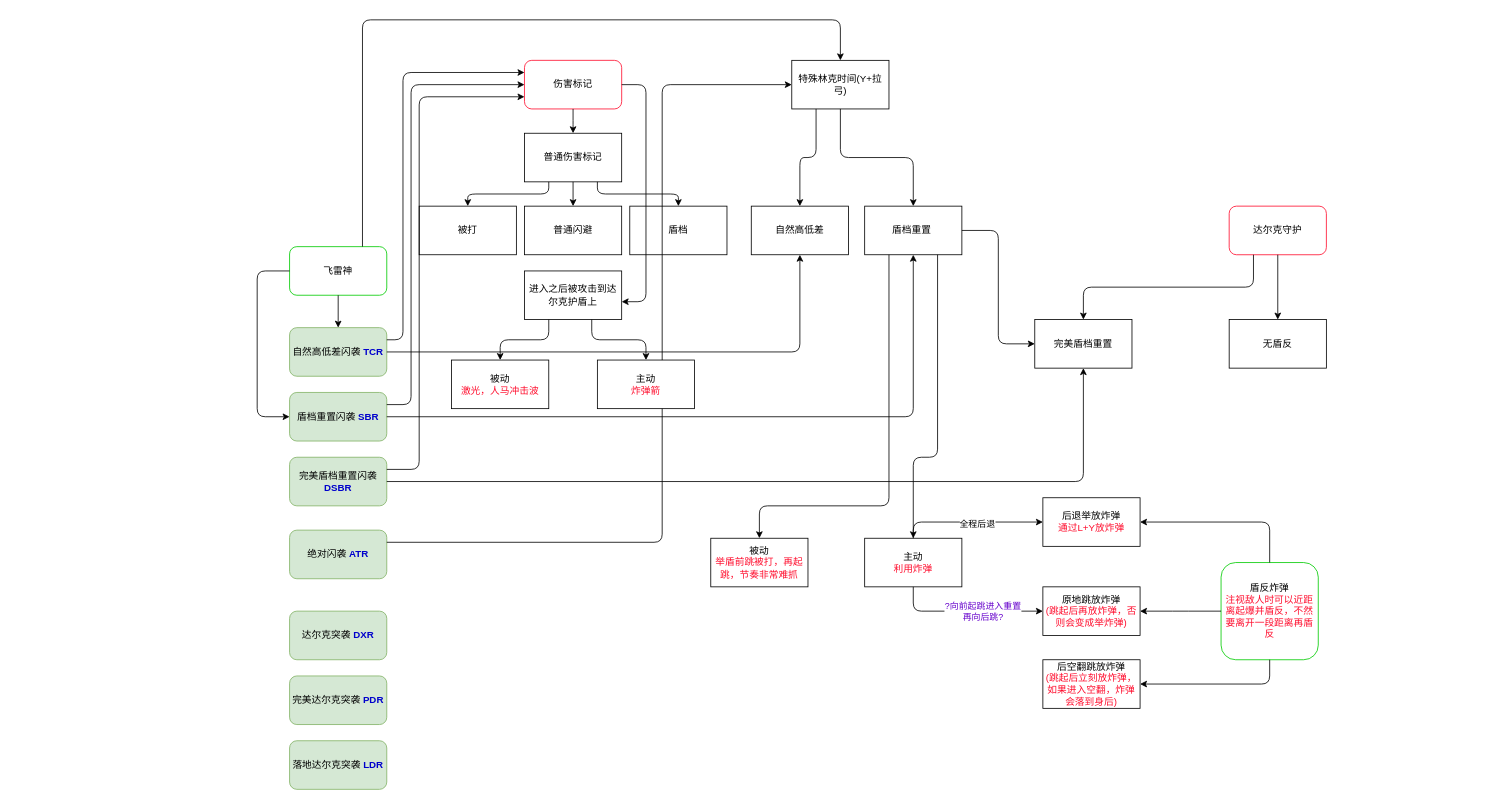
Before: zelda.drawio in XiaoLiuAI/diagrams, a draw.io diagram. Source tidied: cells renumbered, new cells numbered last; positions are measured from the earlier drawing's top-left corner, leaving out a move shared by most shapes. Both pictures are drawn from the tidied source at 81%, with x=0, y=0 at pixel (257, 19).
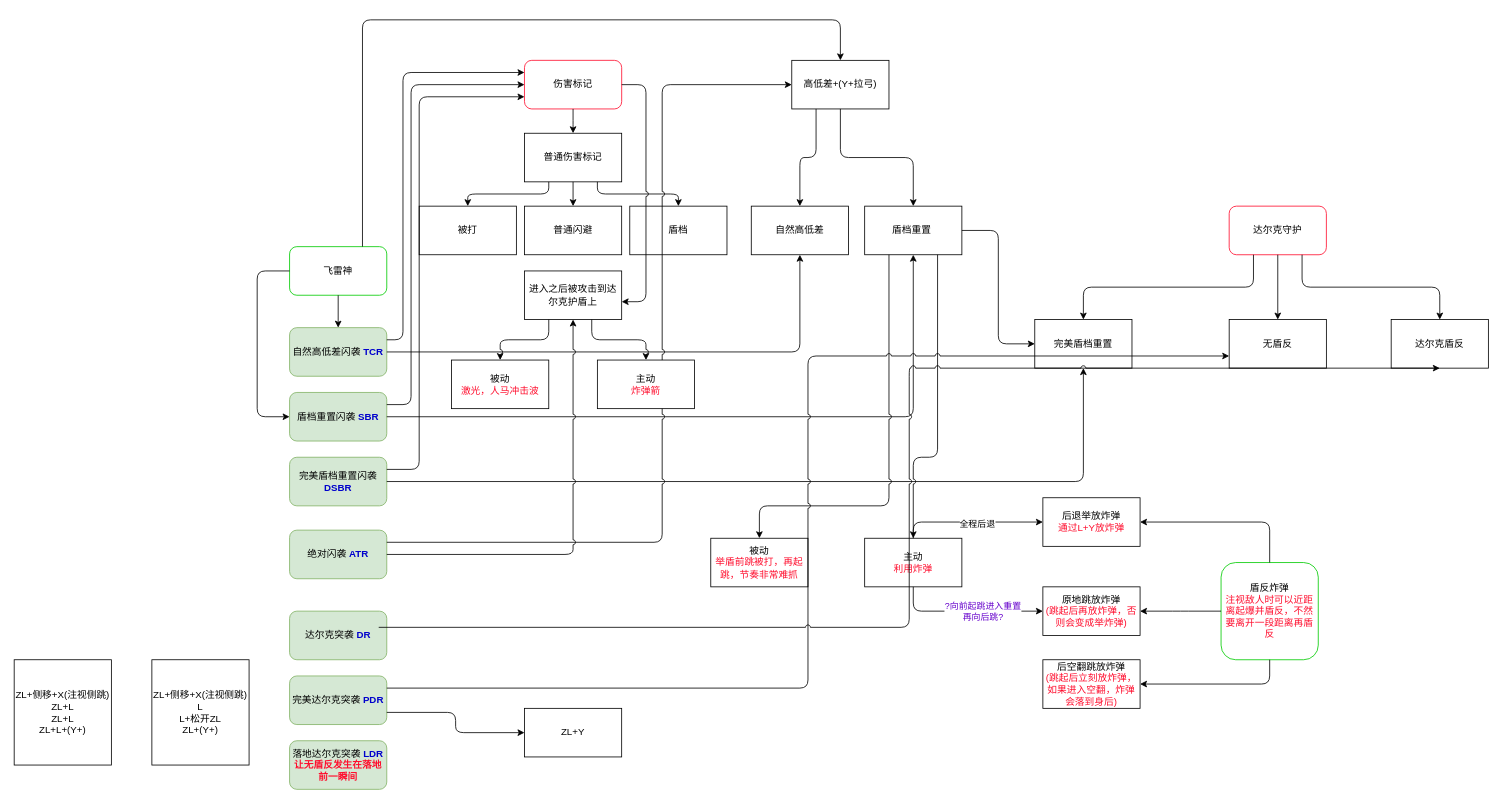
After the change.

The change refers to these unchanged cells:
```xml
<mxCell id="3" value="伤害标记" style="rounded=1;whiteSpace=wrap;html=1;strokeWidth=1;strokeColor=#FF0D2D;" parent="1" vertex="1">
  <mxGeometry x="330" y="50" width="120" height="60" as="geometry" />
</mxCell>
<mxCell id="15" value="盾档重置&amp;nbsp;" style="rounded=0;whiteSpace=wrap;html=1;" parent="1" vertex="1">
  <mxGeometry x="750" y="230" width="120" height="60" as="geometry" />
</mxCell>
<mxCell id="16" value="完美盾档重置" style="rounded=0;whiteSpace=wrap;html=1;" parent="1" vertex="1">
  <mxGeometry x="960" y="370" width="120" height="60" as="geometry" />
</mxCell>
<mxCell id="17" value="达尔克守护" style="rounded=1;whiteSpace=wrap;html=1;shadow=0;strokeWidth=1;strokeColor=#FF0D2D;" parent="1" vertex="1">
  <mxGeometry x="1200" y="230" width="120" height="60" as="geometry" />
</mxCell>
<mxCell id="19" value="被动&lt;br&gt;&lt;font color=&quot;#ff0d2d&quot;&gt;举盾前跳被打，再起跳，节奏非常难抓&lt;/font&gt;" style="rounded=0;whiteSpace=wrap;html=1;" parent="1" vertex="1">
  <mxGeometry x="560" y="640" width="120" height="60" as="geometry" />
</mxCell>
<mxCell id="20" value="主动&lt;br&gt;&lt;font color=&quot;#ff0d2d&quot;&gt;利用炸弹&lt;/font&gt;" style="rounded=0;whiteSpace=wrap;html=1;" parent="1" vertex="1">
  <mxGeometry x="750" y="640" width="120" height="60" as="geometry" />
</mxCell>
<mxCell id="32" value="无盾反" style="rounded=0;whiteSpace=wrap;html=1;" parent="1" vertex="1">
  <mxGeometry x="1200" y="370" width="120" height="60" as="geometry" />
</mxCell>
<mxCell id="34" value="绝对闪袭 &lt;b&gt;&lt;font color=&quot;#0000cc&quot;&gt;AT&lt;/font&gt;&lt;/b&gt;&lt;font color=&quot;#0000cc&quot;&gt;&lt;b&gt;R&lt;/b&gt;&lt;/font&gt;" style="rounded=1;whiteSpace=wrap;html=1;fillColor=#d5e8d4;strokeColor=#82b366;" parent="1" vertex="1">
  <mxGeometry x="40" y="630" width="120" height="60" as="geometry" />
</mxCell>
<mxCell id="37" value="完美盾档重置闪袭 &lt;br&gt;&lt;b&gt;&lt;font color=&quot;#0000cc&quot;&gt;D&lt;/font&gt;&lt;/b&gt;&lt;b&gt;&lt;font color=&quot;#0000cc&quot;&gt;SB&lt;/font&gt;&lt;/b&gt;&lt;font color=&quot;#0000cc&quot;&gt;&lt;b&gt;R&lt;/b&gt;&lt;/font&gt;" style="rounded=1;whiteSpace=wrap;html=1;fillColor=#d5e8d4;strokeColor=#82b366;" parent="1" vertex="1">
  <mxGeometry x="40" y="540" width="120" height="60" as="geometry" />
</mxCell>
<mxCell id="49" value="完美达尔克突袭 &lt;b&gt;&lt;font color=&quot;#0000cc&quot;&gt;PD&lt;/font&gt;&lt;/b&gt;&lt;font color=&quot;#0000cc&quot;&gt;&lt;b&gt;R&lt;/b&gt;&lt;/font&gt;" style="rounded=1;whiteSpace=wrap;html=1;fillColor=#d5e8d4;strokeColor=#82b366;" parent="1" vertex="1">
  <mxGeometry x="40" y="810" width="120" height="60" as="geometry" />
</mxCell>
<mxCell id="52" value="进入之后被攻击到达尔克护盾上" style="rounded=0;whiteSpace=wrap;html=1;" parent="1" vertex="1">
  <mxGeometry x="330" y="310" width="120" height="60" as="geometry" />
</mxCell>
<mxCell id="57" value="被动&lt;br&gt;&lt;font color=&quot;#ff0d2d&quot;&gt;激光，人马冲击波&lt;/font&gt;" style="rounded=0;whiteSpace=wrap;html=1;" parent="1" vertex="1">
  <mxGeometry x="240" y="420" width="120" height="60" as="geometry" />
</mxCell>
<mxCell id="58" value="主动&lt;br&gt;&lt;font color=&quot;#ff0d2d&quot;&gt;炸弹箭&lt;/font&gt;" style="rounded=0;whiteSpace=wrap;html=1;" parent="1" vertex="1">
  <mxGeometry x="420" y="420" width="120" height="60" as="geometry" />
</mxCell>
```

Change to the diagram source:
```diff
@@
-    <mxCell id="12" value="特殊林克时间(Y+拉弓)" style="rounded=0;whiteSpace=wrap;html=1;" parent="1" vertex="1">
+    <mxCell id="12" value="高低差+(Y+拉弓)" style="rounded=0;whiteSpace=wrap;html=1;" parent="1" vertex="1">
       <mxGeometry x="660" y="50" width="120" height="60" as="geometry" />
     </mxCell>
@@
-    <mxCell id="45" style="edgeStyle=elbowEdgeStyle;elbow=vertical;endArrow=classic;html=1;entryX=0.5;entryY=1;entryDx=0;entryDy=0;exitX=1;exitY=0.5;exitDx=0;exitDy=0;" parent="1" edge="1" source="37" target="16">
+    <mxCell id="45" style="edgeStyle=elbowEdgeStyle;elbow=vertical;endArrow=classic;html=1;entryX=0.5;entryY=1;entryDx=0;entryDy=0;exitX=1;exitY=0.5;exitDx=0;exitDy=0;jumpStyle=arc;" parent="1" edge="1" source="37" target="16">
       <mxGeometry relative="1" as="geometry">
         <Array as="points">
           <mxPoint x="590" y="570" />
         </Array>
       </mxGeometry>
     </mxCell>
-    <mxCell id="46" style="edgeStyle=elbowEdgeStyle;elbow=vertical;endArrow=classic;html=1;exitX=0.75;exitY=1;exitDx=0;exitDy=0;entryX=0.5;entryY=0;entryDx=0;entryDy=0;" parent="1" edge="1" source="15" target="20">
+    <mxCell id="46" style="edgeStyle=elbowEdgeStyle;elbow=vertical;endArrow=classic;html=1;exitX=0.75;exitY=1;exitDx=0;exitDy=0;entryX=0.5;entryY=0;entryDx=0;entryDy=0;jumpStyle=arc;" parent="1" edge="1" source="15" target="20">
       <mxGeometry relative="1" as="geometry">
         <Array as="points">
           <mxPoint x="830" y="540" />
         </Array>
       </mxGeometry>
     </mxCell>
-    <mxCell id="47" style="edgeStyle=elbowEdgeStyle;elbow=vertical;endArrow=classic;html=1;exitX=0.25;exitY=1;exitDx=0;exitDy=0;entryX=0.5;entryY=0;entryDx=0;entryDy=0;" parent="1" edge="1" source="15" target="19">
+    <mxCell id="47" style="edgeStyle=elbowEdgeStyle;elbow=vertical;endArrow=classic;html=1;exitX=0.25;exitY=1;exitDx=0;exitDy=0;entryX=0.5;entryY=0;entryDx=0;entryDy=0;jumpStyle=arc;" parent="1" edge="1" source="15" target="19">
       <mxGeometry relative="1" as="geometry">
         <Array as="points">
           <mxPoint x="700" y="600" />
         </Array>
       </mxGeometry>
     </mxCell>
-    <mxCell id="48" value="达尔克突袭 &lt;b&gt;&lt;font color=&quot;#0000cc&quot;&gt;DXR&lt;/font&gt;&lt;/b&gt;" style="rounded=1;whiteSpace=wrap;html=1;fillColor=#d5e8d4;strokeColor=#82b366;" parent="1" vertex="1">
+    <mxCell id="48" value="达尔克突袭 &lt;b&gt;&lt;font color=&quot;#0000cc&quot;&gt;DR&lt;/font&gt;&lt;/b&gt;" style="rounded=1;whiteSpace=wrap;html=1;fillColor=#d5e8d4;strokeColor=#82b366;" parent="1" vertex="1">
       <mxGeometry x="40" y="730" width="120" height="60" as="geometry" />
     </mxCell>
@@
-    <mxCell id="50" value="落地达尔克突袭 &lt;b&gt;&lt;font color=&quot;#0000cc&quot;&gt;LD&lt;/font&gt;&lt;/b&gt;&lt;font color=&quot;#0000cc&quot;&gt;&lt;b&gt;R&lt;/b&gt;&lt;/font&gt;" style="rounded=1;whiteSpace=wrap;html=1;fillColor=#d5e8d4;strokeColor=#82b366;" parent="1" vertex="1">
+    <mxCell id="50" value="落地达尔克突袭 &lt;b&gt;&lt;font color=&quot;#0000cc&quot;&gt;LD&lt;/font&gt;&lt;/b&gt;&lt;b&gt;&lt;font color=&quot;#0000cc&quot;&gt;R&lt;/font&gt;&lt;br&gt;&lt;font color=&quot;#ff0d2d&quot;&gt;让无盾反发生在落地前一瞬间&lt;/font&gt;&lt;br&gt;&lt;/b&gt;" style="rounded=1;whiteSpace=wrap;html=1;fillColor=#d5e8d4;strokeColor=#82b366;" parent="1" vertex="1">
       <mxGeometry x="40" y="890" width="120" height="60" as="geometry" />
     </mxCell>
-    <mxCell id="51" style="edgeStyle=elbowEdgeStyle;elbow=horizontal;endArrow=classic;html=1;entryX=0;entryY=0.5;entryDx=0;entryDy=0;exitX=1;exitY=0.25;exitDx=0;exitDy=0;" parent="1" edge="1" source="34" target="12">
+    <mxCell id="51" style="edgeStyle=elbowEdgeStyle;elbow=horizontal;endArrow=classic;html=1;entryX=0;entryY=0.5;entryDx=0;entryDy=0;exitX=1;exitY=0.25;exitDx=0;exitDy=0;jumpStyle=arc;" parent="1" edge="1" source="34" target="12">
       <mxGeometry relative="1" as="geometry">
         <Array as="points">
           <mxPoint x="500" y="350" />
         </Array>
       </mxGeometry>
     </mxCell>
@@
-    <mxCell id="56" style="edgeStyle=elbowEdgeStyle;elbow=horizontal;endArrow=classic;html=1;exitX=1;exitY=0.5;exitDx=0;exitDy=0;entryX=1;entryY=0.633;entryDx=0;entryDy=0;entryPerimeter=0;" parent="1" edge="1" source="3" target="52">
+    <mxCell id="56" style="edgeStyle=elbowEdgeStyle;elbow=horizontal;endArrow=classic;html=1;exitX=1;exitY=0.5;exitDx=0;exitDy=0;entryX=1;entryY=0.633;entryDx=0;entryDy=0;entryPerimeter=0;jumpStyle=arc;" parent="1" edge="1" source="3" target="52">
       <mxGeometry relative="1" as="geometry">
         <Array as="points">
           <mxPoint x="480" y="229" />
         </Array>
       </mxGeometry>
     </mxCell>
@@
-    <mxCell id="59" style="edgeStyle=elbowEdgeStyle;elbow=vertical;endArrow=classic;html=1;exitX=0.692;exitY=1;exitDx=0;exitDy=0;exitPerimeter=0;entryX=0.5;entryY=0;entryDx=0;entryDy=0;" parent="1" edge="1" source="52" target="58">
+    <mxCell id="59" style="edgeStyle=elbowEdgeStyle;elbow=vertical;endArrow=classic;html=1;exitX=0.692;exitY=1;exitDx=0;exitDy=0;exitPerimeter=0;entryX=0.5;entryY=0;entryDx=0;entryDy=0;jumpStyle=arc;" parent="1" edge="1" source="52" target="58">
       <mxGeometry relative="1" as="geometry" />
     </mxCell>
-    <mxCell id="60" style="edgeStyle=elbowEdgeStyle;elbow=vertical;endArrow=classic;html=1;exitX=0.25;exitY=1;exitDx=0;exitDy=0;entryX=0.5;entryY=0;entryDx=0;entryDy=0;" parent="1" edge="1" source="52" target="57">
+    <mxCell id="60" style="edgeStyle=elbowEdgeStyle;elbow=vertical;endArrow=classic;html=1;exitX=0.25;exitY=1;exitDx=0;exitDy=0;entryX=0.5;entryY=0;entryDx=0;entryDy=0;jumpStyle=arc;" parent="1" edge="1" source="52" target="57">
       <mxGeometry relative="1" as="geometry" />
     </mxCell>
+    <mxCell id="61" style="edgeStyle=segmentEdgeStyle;endArrow=classic;html=1;exitX=1;exitY=0.5;exitDx=0;exitDy=0;entryX=0.5;entryY=1;entryDx=0;entryDy=0;jumpStyle=arc;" parent="1" edge="1" source="34" target="52">
+      <mxGeometry relative="1" as="geometry" />
+    </mxCell>
+    <mxCell id="62" style="edgeStyle=elbowEdgeStyle;endArrow=classic;html=1;exitX=1;exitY=0.25;exitDx=0;exitDy=0;jumpStyle=arc;strokeOpacity=100;entryX=0;entryY=0.75;entryDx=0;entryDy=0;" parent="1" edge="1" source="49" target="32">
+      <mxGeometry relative="1" as="geometry" />
+    </mxCell>
+    <mxCell id="63" value="ZL+Y" style="rounded=0;whiteSpace=wrap;html=1;" parent="1" vertex="1">
+      <mxGeometry x="330" y="850" width="120" height="60" as="geometry" />
+    </mxCell>
+    <mxCell id="64" style="edgeStyle=elbowEdgeStyle;elbow=horizontal;endArrow=classic;html=1;exitX=1;exitY=0.75;exitDx=0;exitDy=0;entryX=0;entryY=0.5;entryDx=0;entryDy=0;" parent="1" edge="1" source="49" target="63">
+      <mxGeometry relative="1" as="geometry" />
+    </mxCell>
+    <mxCell id="65" value="ZL+侧移+X(注视侧跳)&lt;br&gt;L&lt;br&gt;L+松开ZL&lt;br&gt;ZL+(Y+)" style="rounded=0;whiteSpace=wrap;html=1;" parent="1" vertex="1">
+      <mxGeometry x="-130" y="790" width="120" height="130" as="geometry" />
+    </mxCell>
+    <mxCell id="66" value="ZL+侧移+X(注视侧跳)&lt;br&gt;ZL+L&lt;br&gt;ZL+L&lt;br&gt;ZL+L+(Y+)" style="rounded=0;whiteSpace=wrap;html=1;" parent="1" vertex="1">
+      <mxGeometry x="-300" y="790" width="120" height="130" as="geometry" />
+    </mxCell>
+    <mxCell id="67" value="达尔克盾反" style="rounded=0;whiteSpace=wrap;html=1;" parent="1" vertex="1">
+      <mxGeometry x="1400" y="370" width="120" height="60" as="geometry" />
+    </mxCell>
+    <mxCell id="68" style="edgeStyle=elbowEdgeStyle;elbow=vertical;endArrow=classic;html=1;exitX=0.75;exitY=1;exitDx=0;exitDy=0;" parent="1" edge="1" source="17" target="67">
+      <mxGeometry relative="1" as="geometry" />
+    </mxCell>
+    <mxCell id="69" style="edgeStyle=elbowEdgeStyle;endArrow=classic;html=1;exitX=0.917;exitY=0.333;exitDx=0;exitDy=0;jumpStyle=arc;strokeOpacity=100;entryX=0.5;entryY=1;entryDx=0;entryDy=0;exitPerimeter=0;" parent="1" edge="1" source="48" target="67">
+      <mxGeometry relative="1" as="geometry" />
+    </mxCell>
```
